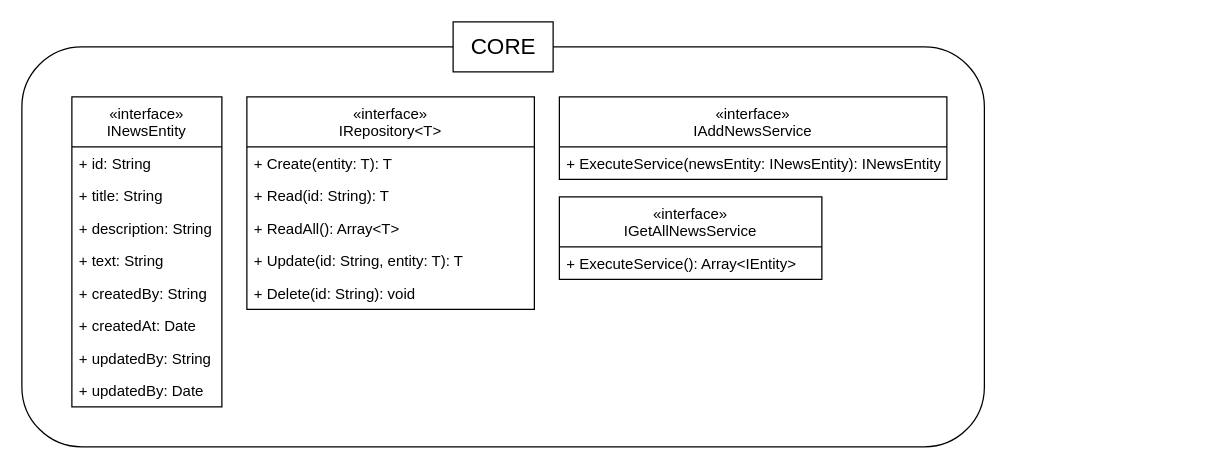
This is img/CORE_diagram.drawio from carlCarlson6/CamillionCodeAssignment, a draw.io file, before an edit. Source tidied: cells renumbered, new cells numbered last; positions are measured from the earlier drawing's top-left corner, leaving out a move shared by most shapes. Both pictures are drawn from the tidied source at 125%, with x=0, y=0 at pixel (21, 21).
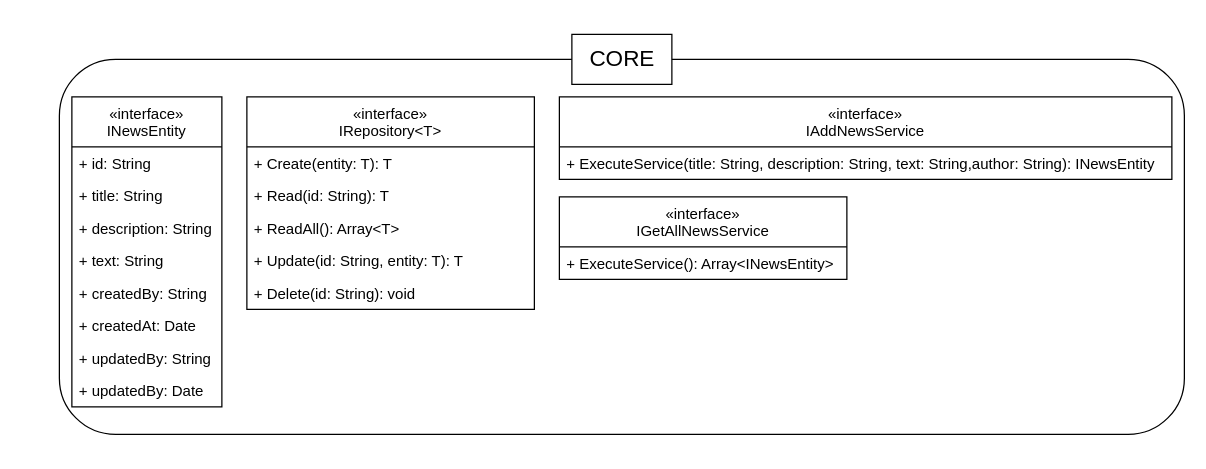
After the change.

Diff of the diagram source:
```diff
@@
     <mxCell id="2" style="rounded=1;whiteSpace=wrap;html=1;" parent="1" vertex="1">
-      <mxGeometry y="20" width="770" height="320" as="geometry" />
+      <mxGeometry x="30" y="30" width="900" height="300" as="geometry" />
     </mxCell>
     <mxCell id="3" value="&lt;font style=&quot;font-size: 18px&quot;&gt;CORE&lt;/font&gt;" style="html=1;" parent="1" vertex="1">
-      <mxGeometry x="345" width="80" height="40" as="geometry" />
+      <mxGeometry x="440" y="10" width="80" height="40" as="geometry" />
     </mxCell>
@@
     <mxCell id="19" value="«interface»&#10;IAddNewsService" style="swimlane;fontStyle=0;horizontal=1;startSize=40;fillColor=none;" parent="1" vertex="1">
-      <mxGeometry x="430" y="60" width="310" height="66" as="geometry" />
+      <mxGeometry x="430" y="60" width="490" height="66" as="geometry" />
     </mxCell>
-    <mxCell id="20" value="+ ExecuteService(newsEntity: INewsEntity): INewsEntity" style="text;strokeColor=none;fillColor=none;align=left;verticalAlign=top;spacingLeft=4;spacingRight=4;overflow=hidden;" parent="19" vertex="1">
-      <mxGeometry y="40" width="310" height="26" as="geometry" />
+    <mxCell id="20" value="+ ExecuteService(title: String, description: String, text: String,author: String): INewsEntity" style="text;strokeColor=none;fillColor=none;align=left;verticalAlign=top;spacingLeft=4;spacingRight=4;overflow=hidden;" parent="19" vertex="1">
+      <mxGeometry y="40" width="490" height="26" as="geometry" />
     </mxCell>
     <mxCell id="21" value="«interface»&#10;IGetAllNewsService" style="swimlane;fontStyle=0;horizontal=1;startSize=40;fillColor=none;" parent="1" vertex="1">
-      <mxGeometry x="430" y="140" width="210" height="66" as="geometry" />
+      <mxGeometry x="430" y="140" width="230" height="66" as="geometry" />
     </mxCell>
-    <mxCell id="22" value="+ ExecuteService(): Array&lt;IEntity&gt;" style="text;strokeColor=none;fillColor=none;align=left;verticalAlign=top;spacingLeft=4;spacingRight=4;overflow=hidden;" parent="21" vertex="1">
-      <mxGeometry y="40" width="210" height="26" as="geometry" />
+    <mxCell id="22" value="+ ExecuteService(): Array&lt;INewsEntity&gt;" style="text;strokeColor=none;fillColor=none;align=left;verticalAlign=top;spacingLeft=4;spacingRight=4;overflow=hidden;" parent="21" vertex="1">
+      <mxGeometry y="40" width="230" height="26" as="geometry" />
     </mxCell>
```
